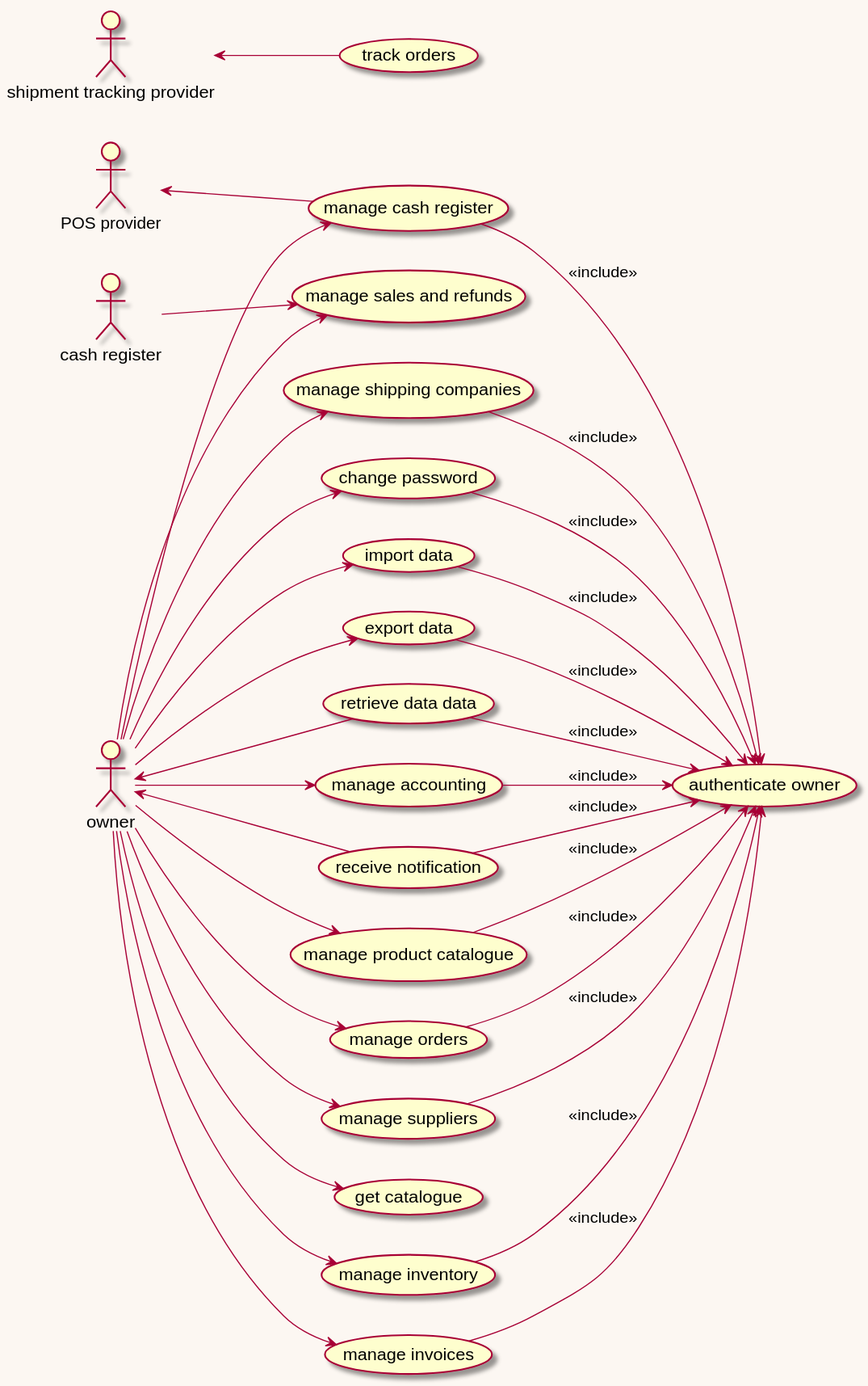
Giuseppeclv008/Project keeps this PlantUML diagram as res/plantuml/usecaseDiagram.svg. Above is the earlier version.
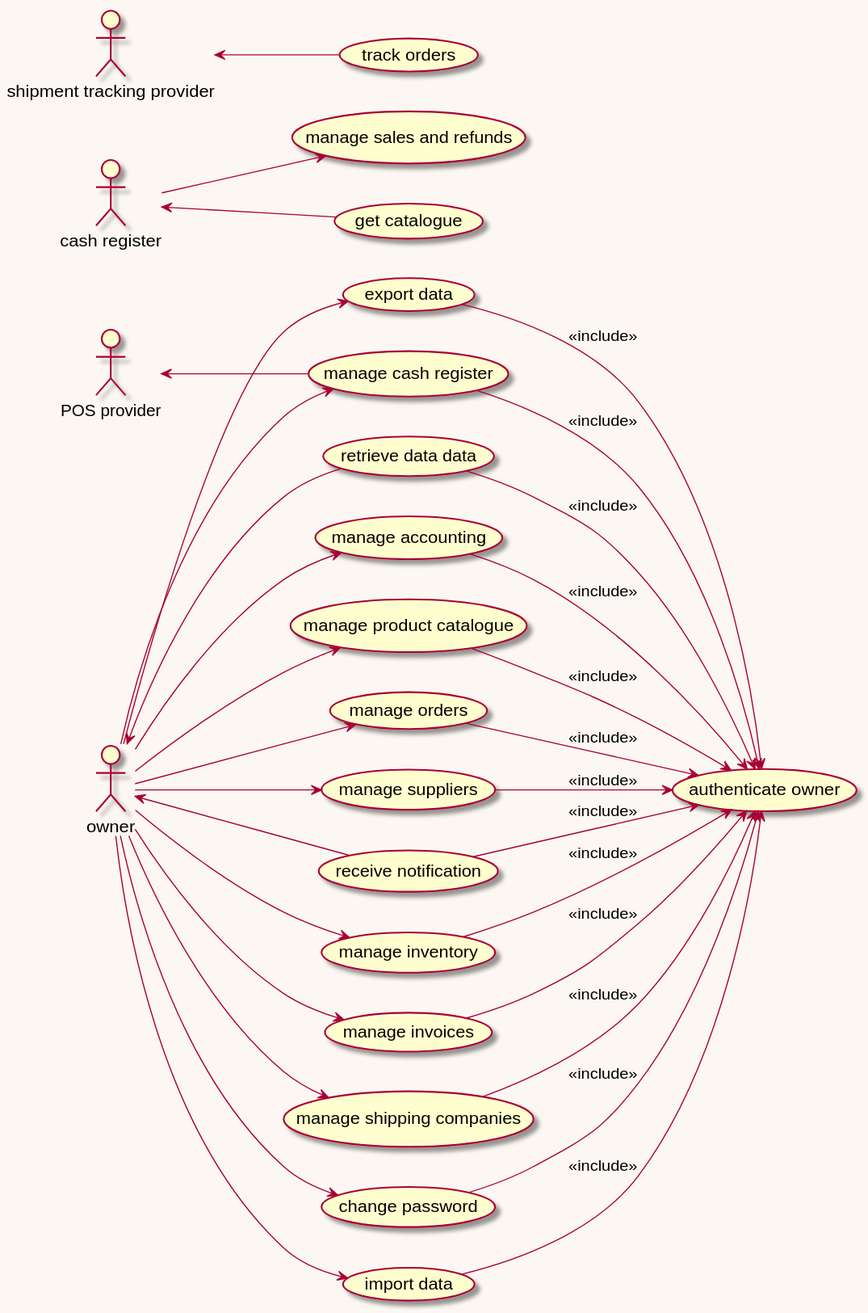
After the change.

Change to the diagram source:
```diff
@@ -40,12 +40,10 @@
 owner --> mngiv
 owner --> mngio
 owner --> mngsc
-owner --> mngsr
 
 owner --> password
 owner --> import
 owner --> export
-owner --> getc
 owner <-- notification
 owner <-- retrieve
 
@@ -65,6 +63,7 @@
 
 
 cs --> mngsr
+cs <-- getc
 
 stp <-- tracko
 
```
